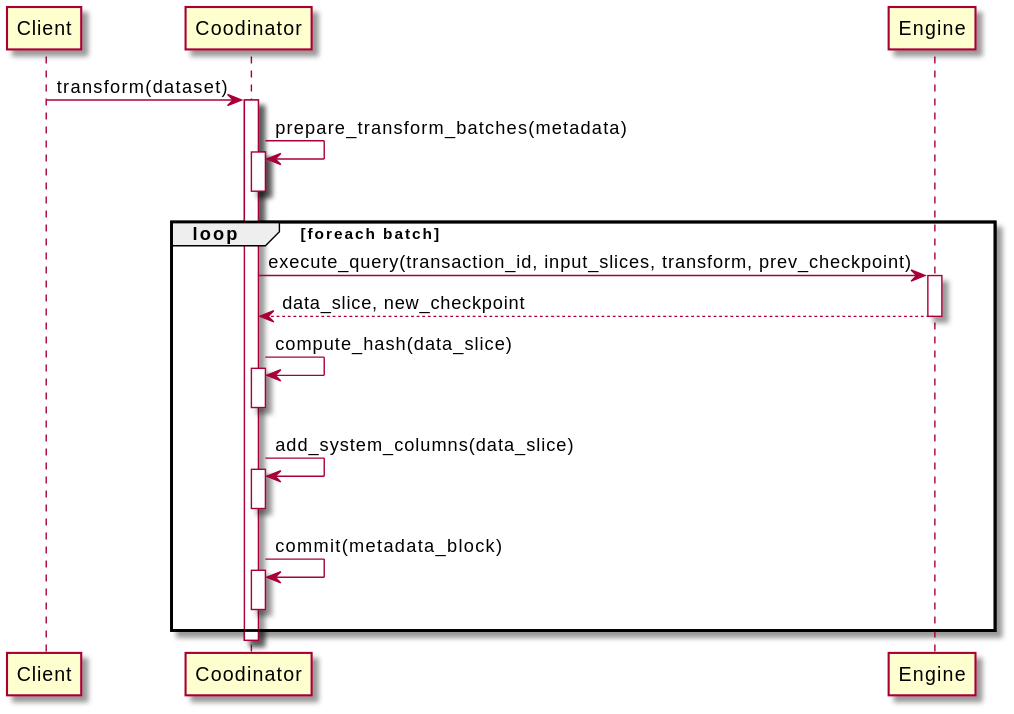
The PlantUML diagram images/engine_transform.svg in open-data-fabric/open-data-fabric, before a commit.
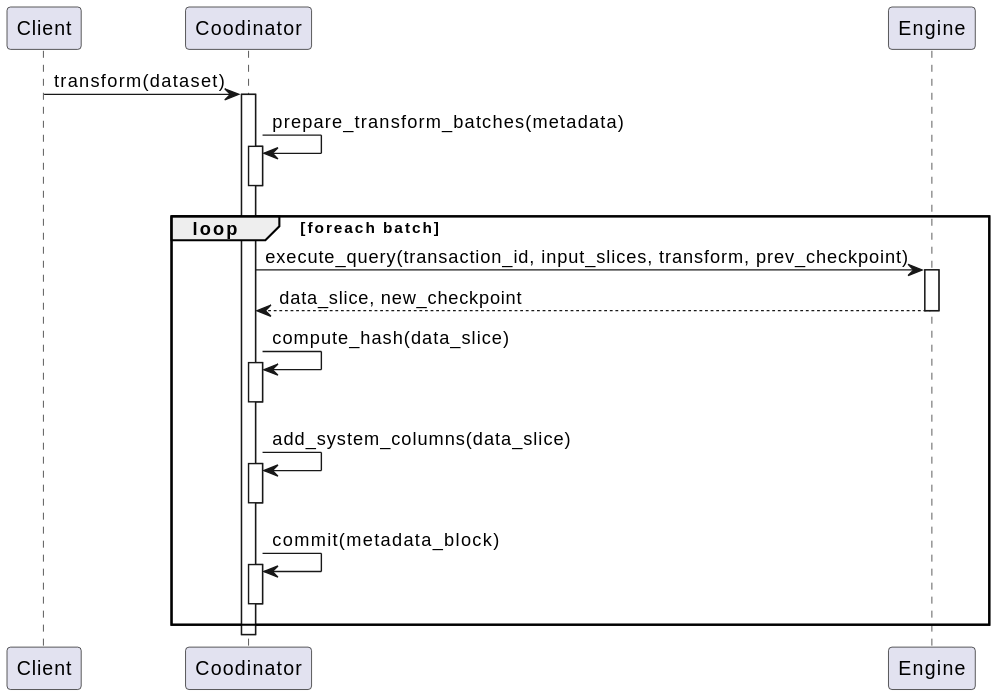
Above is the later version.

The edit, as a diff of the source:
```diff
@@ -1,5 +1,4 @@
-@startuml engine_transform
-
+@startuml
 "Client" -> "Coodinator" as C: transform(dataset)
 activate C
 
@@ -30,5 +29,4 @@
 end
 
 deactivate C
-
 @enduml
```
